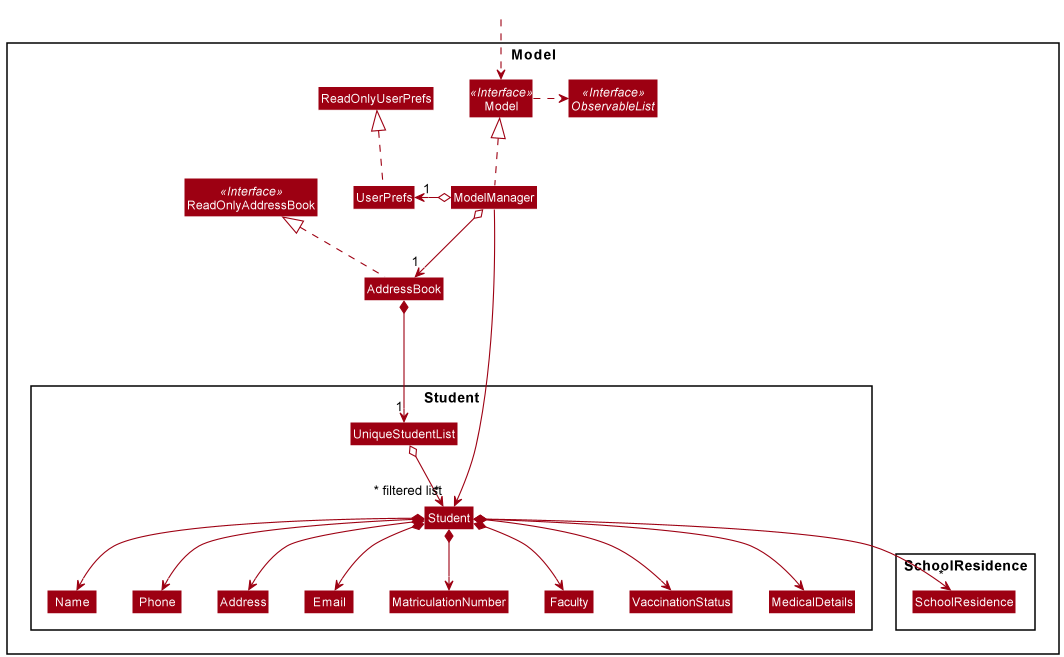
Earlier version of the PlantUML export docs/images/ModelClassDiagram.png (nus-cs2103-AY2021S2/tp). Its source is kept beside it as docs/diagrams/ModelClassDiagram.puml.
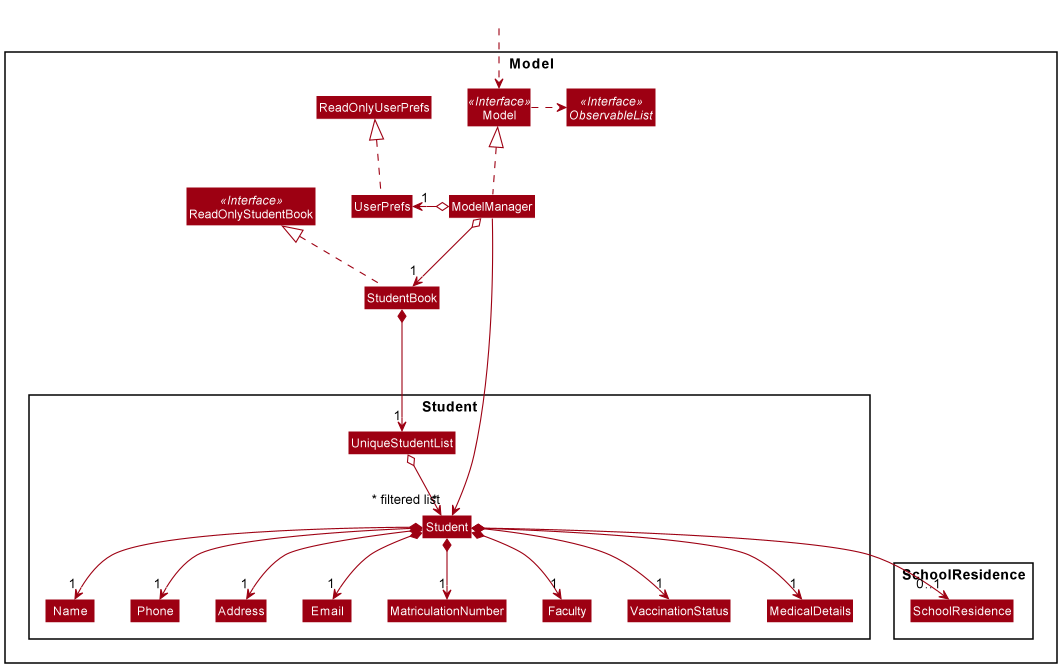
Later version of the same file.

Diff of the diagram source:
```diff
@@ -5,11 +5,11 @@
 skinparam classBackgroundColor MODEL_COLOR
 
 Package Model <<Rectangle>>{
-Interface ReadOnlyAddressBook <<Interface>>
+Interface ReadOnlyStudentBook <<Interface>>
 Interface Model <<Interface>>
 Interface ObservableList <<Interface>>
-Class AddressBook
-Class ReadOnlyAddressBook
+Class StudentBook
+Class ReadOnlyStudentBook
 Class Model
 Class ModelManager
 Class UserPrefs
@@ -36,15 +36,15 @@
 Class HiddenOutside #FFFFFF
 HiddenOutside ..> Model
 
-AddressBook .up.|> ReadOnlyAddressBook
+StudentBook .up.|> ReadOnlyStudentBook
 
 ModelManager .up.|> Model
 Model .right.> ObservableList
-ModelManager o--> "1" AddressBook
+ModelManager o--> "1" StudentBook
 ModelManager o-left-> "1" UserPrefs
 UserPrefs .up.|> ReadOnlyUserPrefs
 
-AddressBook *--> "1" UniqueStudentList
+StudentBook *--> "1" UniqueStudentList
 UniqueStudentList o--> "*" Student
 Student *--> "1" Name
 Student *--> "1" MatriculationNumber
```
